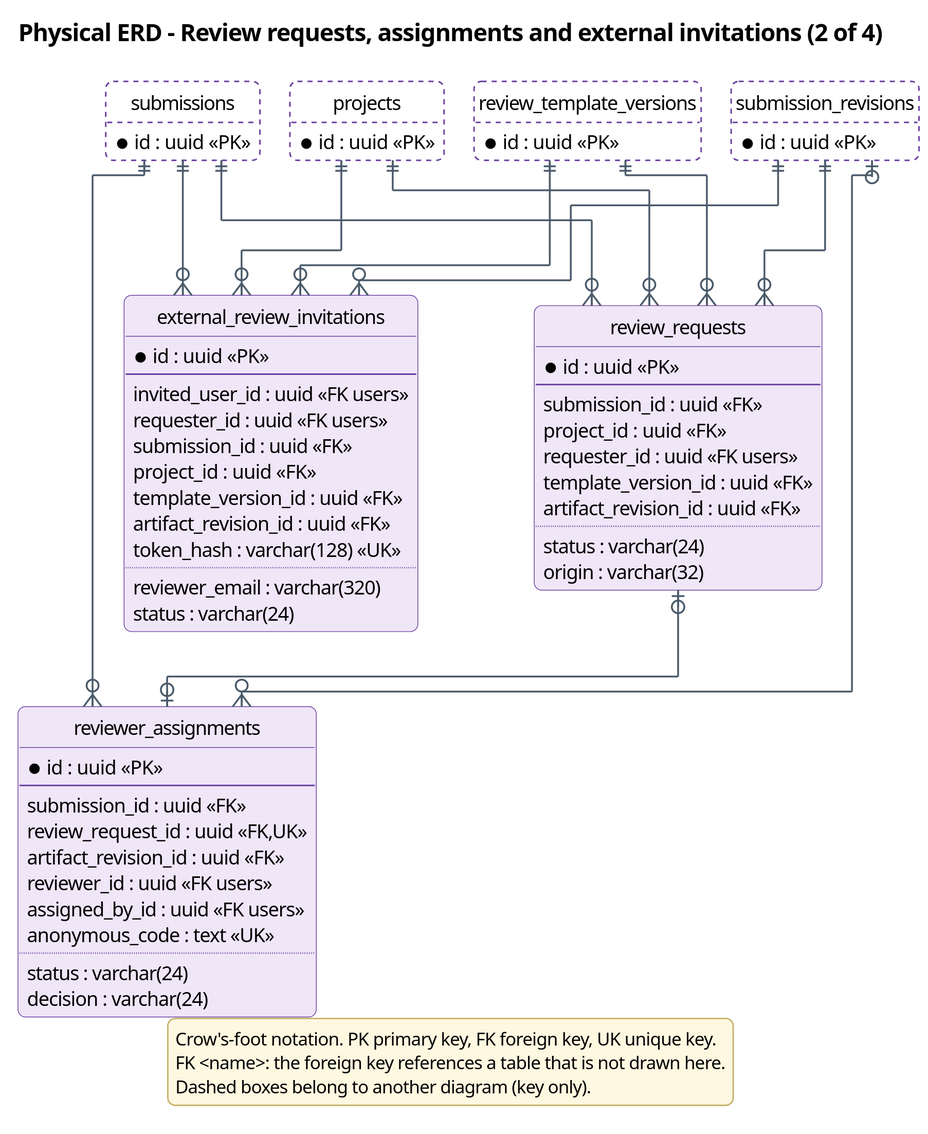
Khoa-Hoa-Technology-Solution-Company/lumi-gap keeps this PlantUML diagram as docs/diagrams/report4/R4_ERD_review_b.svg. Above is the earlier version. Its source is kept beside it as docs/diagrams/report4/R4_ERD_review_b.puml.
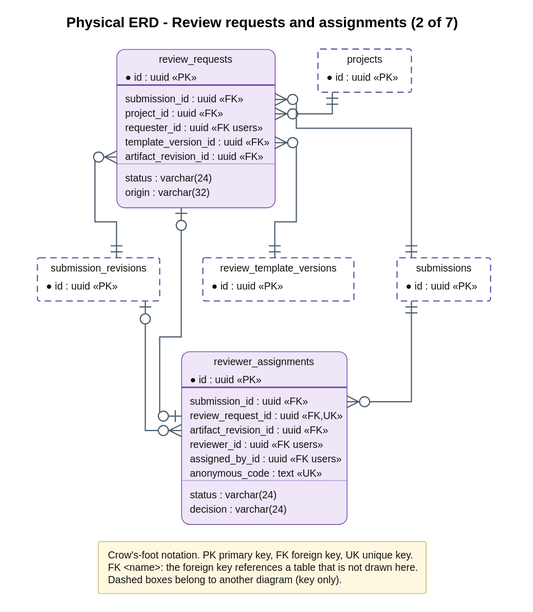
The same file after the commit.

Diff of the diagram source:
```diff
@@ -24,7 +24,7 @@
 skinparam stereotypeFontSize 10
 hide circle
 hide empty methods
-title Physical ERD - Review requests, assignments and external invitations (2 of 4)
+title Physical ERD - Review requests and assignments (2 of 7)
 entity review_requests #EFE6F8;line:6A3FA0 {
   * id : uuid <<PK>>
   --
@@ -50,20 +50,6 @@
   status : varchar(24)
   decision : varchar(24)
 }
-entity external_review_invitations #EFE6F8;line:6A3FA0 {
-  * id : uuid <<PK>>
-  --
-  invited_user_id : uuid <<FK users>>
-  requester_id : uuid <<FK users>>
-  submission_id : uuid <<FK>>
-  project_id : uuid <<FK>>
-  template_version_id : uuid <<FK>>
-  artifact_revision_id : uuid <<FK>>
-  token_hash : varchar(128) <<UK>>
-  ..
-  reviewer_email : varchar(320)
-  status : varchar(24)
-}
 entity projects #FFFFFF;line:6A3FA0;line.dashed {
   * id : uuid <<PK>>
 }
@@ -76,15 +62,11 @@
 entity review_template_versions #FFFFFF;line:6A3FA0;line.dashed {
   * id : uuid <<PK>>
 }
-projects ||--o{ external_review_invitations
 projects ||--o{ review_requests
 review_requests |o--o| reviewer_assignments
-review_template_versions ||--o{ external_review_invitations
 review_template_versions ||--o{ review_requests
-submission_revisions ||--o{ external_review_invitations
 submission_revisions ||--o{ review_requests
 submission_revisions |o--o{ reviewer_assignments
-submissions ||--o{ external_review_invitations
 submissions ||--o{ review_requests
 submissions ||--o{ reviewer_assignments
 legend bottom
```
